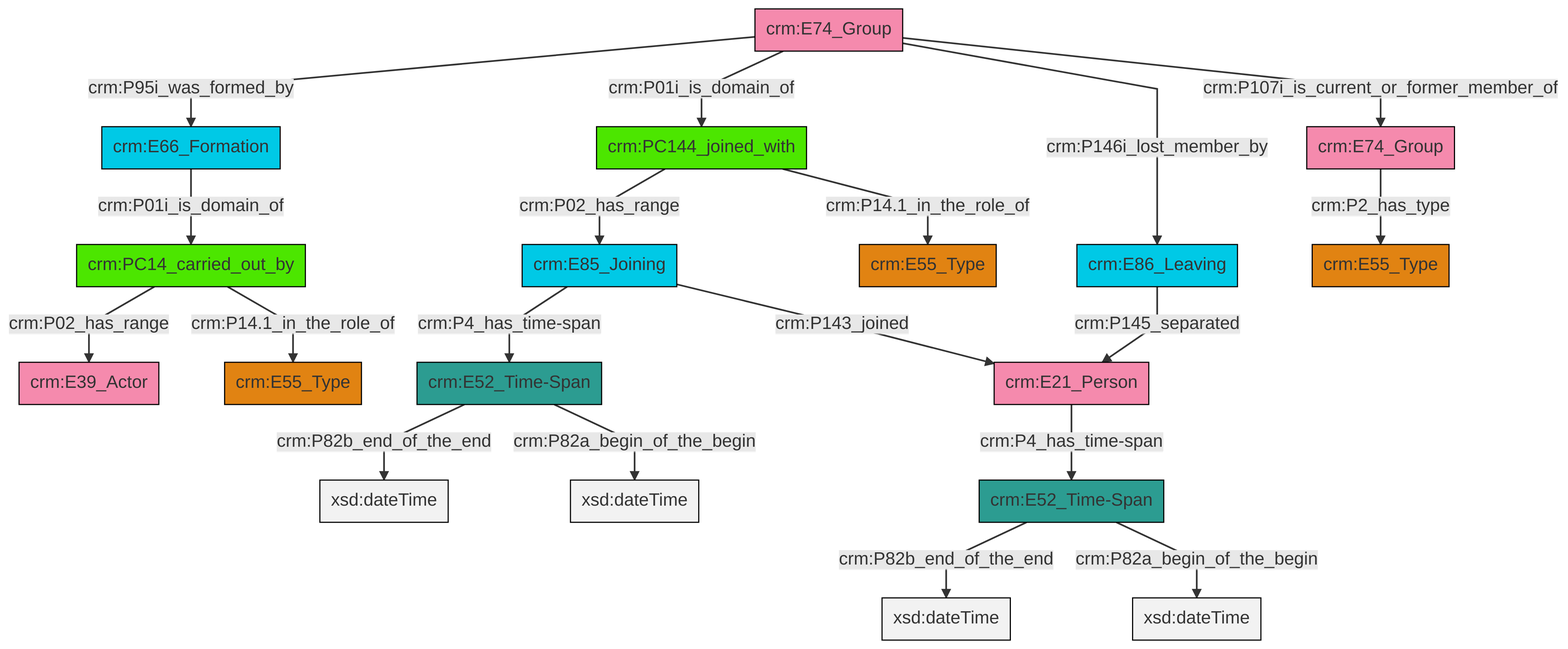
Earlier version of the Mermaid export et/groupCSV/ttl/mmd/png/group_actor_relations.png (swiss-art-research-net/reference-data-models). Its source is kept beside it as et/groupCSV/ttl/mmd/group_actor_relations.ttl.mmd.
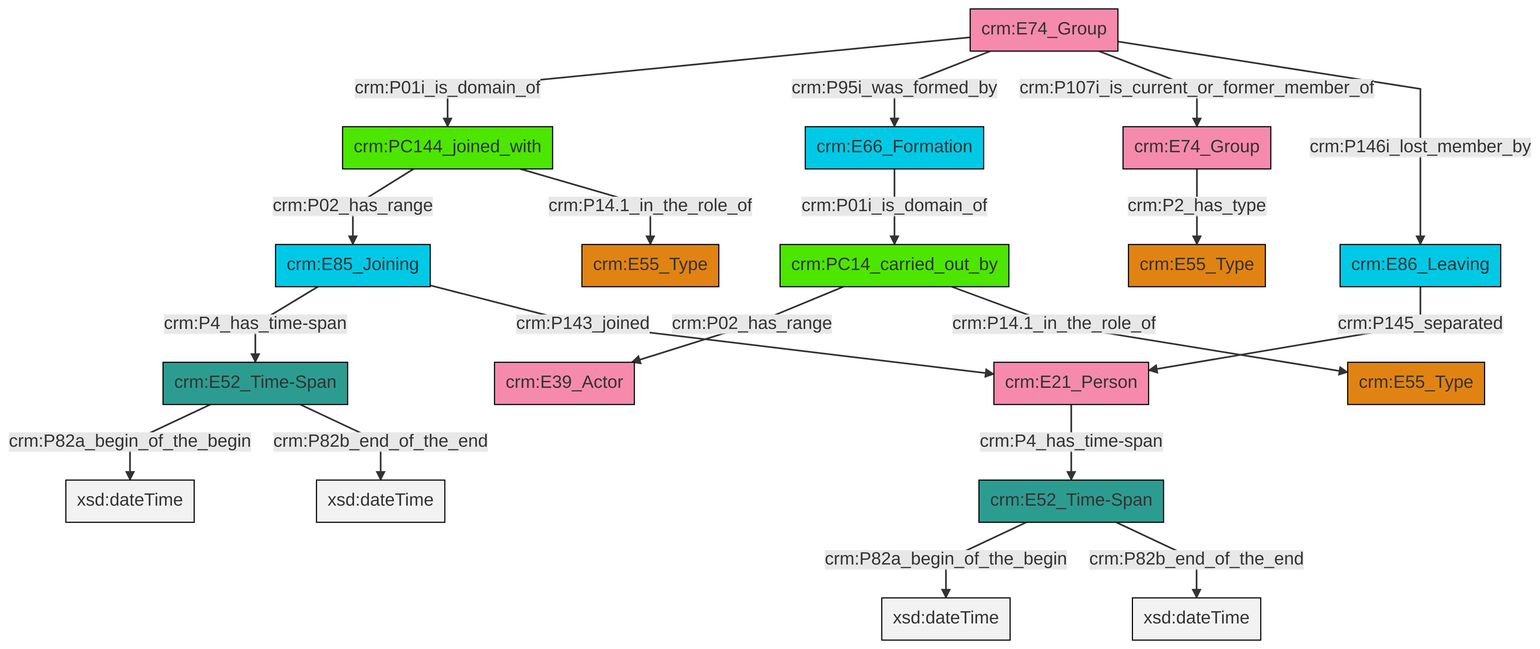
After the commit.

Diff of the diagram source:
```diff
@@ -13,21 +13,21 @@
 classDef PC_Classes fill:#4ce600, stroke:#000000;
 classDef Multi fill:#cccccc,stroke:#000000;
 
-0["crm:E52_Time-Span"]:::Time-Span -->|crm:P82b_end_of_the_end| 1[xsd:dateTime]:::Literal
-2["crm:E74_Group"]:::Actor -->|crm:P2_has_type| 3["crm:E55_Type"]:::Type
-4["crm:E74_Group"]:::Actor -->|crm:P95i_was_formed_by| 5["crm:E66_Formation"]:::Temporal_Entity
-4["crm:E74_Group"]:::Actor -->|crm:P01i_is_domain_of| 7["crm:PC144_joined_with"]:::PC_Classes
-11["crm:E85_Joining"]:::Temporal_Entity -->|crm:P4_has_time-span| 12["crm:E52_Time-Span"]:::Time-Span
-7["crm:PC144_joined_with"]:::PC_Classes -->|crm:P02_has_range| 11["crm:E85_Joining"]:::Temporal_Entity
-0["crm:E52_Time-Span"]:::Time-Span -->|crm:P82a_begin_of_the_begin| 16[xsd:dateTime]:::Literal
-5["crm:E66_Formation"]:::Temporal_Entity -->|crm:P01i_is_domain_of| 13["crm:PC14_carried_out_by"]:::PC_Classes
-4["crm:E74_Group"]:::Actor -->|crm:P146i_lost_member_by| 21["crm:E86_Leaving"]:::Temporal_Entity
-13["crm:PC14_carried_out_by"]:::PC_Classes -->|crm:P02_has_range| 17["crm:E39_Actor"]:::Actor
-21["crm:E86_Leaving"]:::Temporal_Entity -->|crm:P145_separated| 27["crm:E21_Person"]:::Actor
-12["crm:E52_Time-Span"]:::Time-Span -->|crm:P82b_end_of_the_end| 28[xsd:dateTime]:::Literal
-13["crm:PC14_carried_out_by"]:::PC_Classes -->|crm:P14.1_in_the_role_of| 8["crm:E55_Type"]:::Type
-11["crm:E85_Joining"]:::Temporal_Entity -->|crm:P143_joined| 27["crm:E21_Person"]:::Actor
-12["crm:E52_Time-Span"]:::Time-Span -->|crm:P82a_begin_of_the_begin| 31[xsd:dateTime]:::Literal
-27["crm:E21_Person"]:::Actor -->|crm:P4_has_time-span| 0["crm:E52_Time-Span"]:::Time-Span
-7["crm:PC144_joined_with"]:::PC_Classes -->|crm:P14.1_in_the_role_of| 23["crm:E55_Type"]:::Type
-4["crm:E74_Group"]:::Actor -->|crm:P107i_is_current_or_former_member_of| 2["crm:E74_Group"]:::Actor
+0["crm:PC14_carried_out_by"]:::PC_Classes -->|crm:P02_has_range| 1["crm:E39_Actor"]:::Actor
+2["crm:E85_Joining"]:::Temporal_Entity -->|crm:P4_has_time-span| 3["crm:E52_Time-Span"]:::Time-Span
+0["crm:PC14_carried_out_by"]:::PC_Classes -->|crm:P14.1_in_the_role_of| 4["crm:E55_Type"]:::Type
+7["crm:E74_Group"]:::Actor -->|crm:P01i_is_domain_of| 8["crm:PC144_joined_with"]:::PC_Classes
+7["crm:E74_Group"]:::Actor -->|crm:P95i_was_formed_by| 9["crm:E66_Formation"]:::Temporal_Entity
+7["crm:E74_Group"]:::Actor -->|crm:P107i_is_current_or_former_member_of| 15["crm:E74_Group"]:::Actor
+3["crm:E52_Time-Span"]:::Time-Span -->|crm:P82a_begin_of_the_begin| 16[xsd:dateTime]:::Literal
+2["crm:E85_Joining"]:::Temporal_Entity -->|crm:P143_joined| 10["crm:E21_Person"]:::Actor
+18["crm:E86_Leaving"]:::Temporal_Entity -->|crm:P145_separated| 10["crm:E21_Person"]:::Actor
+8["crm:PC144_joined_with"]:::PC_Classes -->|crm:P02_has_range| 2["crm:E85_Joining"]:::Temporal_Entity
+12["crm:E52_Time-Span"]:::Time-Span -->|crm:P82a_begin_of_the_begin| 20[xsd:dateTime]:::Literal
+8["crm:PC144_joined_with"]:::PC_Classes -->|crm:P14.1_in_the_role_of| 5["crm:E55_Type"]:::Type
+15["crm:E74_Group"]:::Actor -->|crm:P2_has_type| 23["crm:E55_Type"]:::Type
+3["crm:E52_Time-Span"]:::Time-Span -->|crm:P82b_end_of_the_end| 30[xsd:dateTime]:::Literal
+9["crm:E66_Formation"]:::Temporal_Entity -->|crm:P01i_is_domain_of| 0["crm:PC14_carried_out_by"]:::PC_Classes
+10["crm:E21_Person"]:::Actor -->|crm:P4_has_time-span| 12["crm:E52_Time-Span"]:::Time-Span
+12["crm:E52_Time-Span"]:::Time-Span -->|crm:P82b_end_of_the_end| 34[xsd:dateTime]:::Literal
+7["crm:E74_Group"]:::Actor -->|crm:P146i_lost_member_by| 18["crm:E86_Leaving"]:::Temporal_Entity
```
